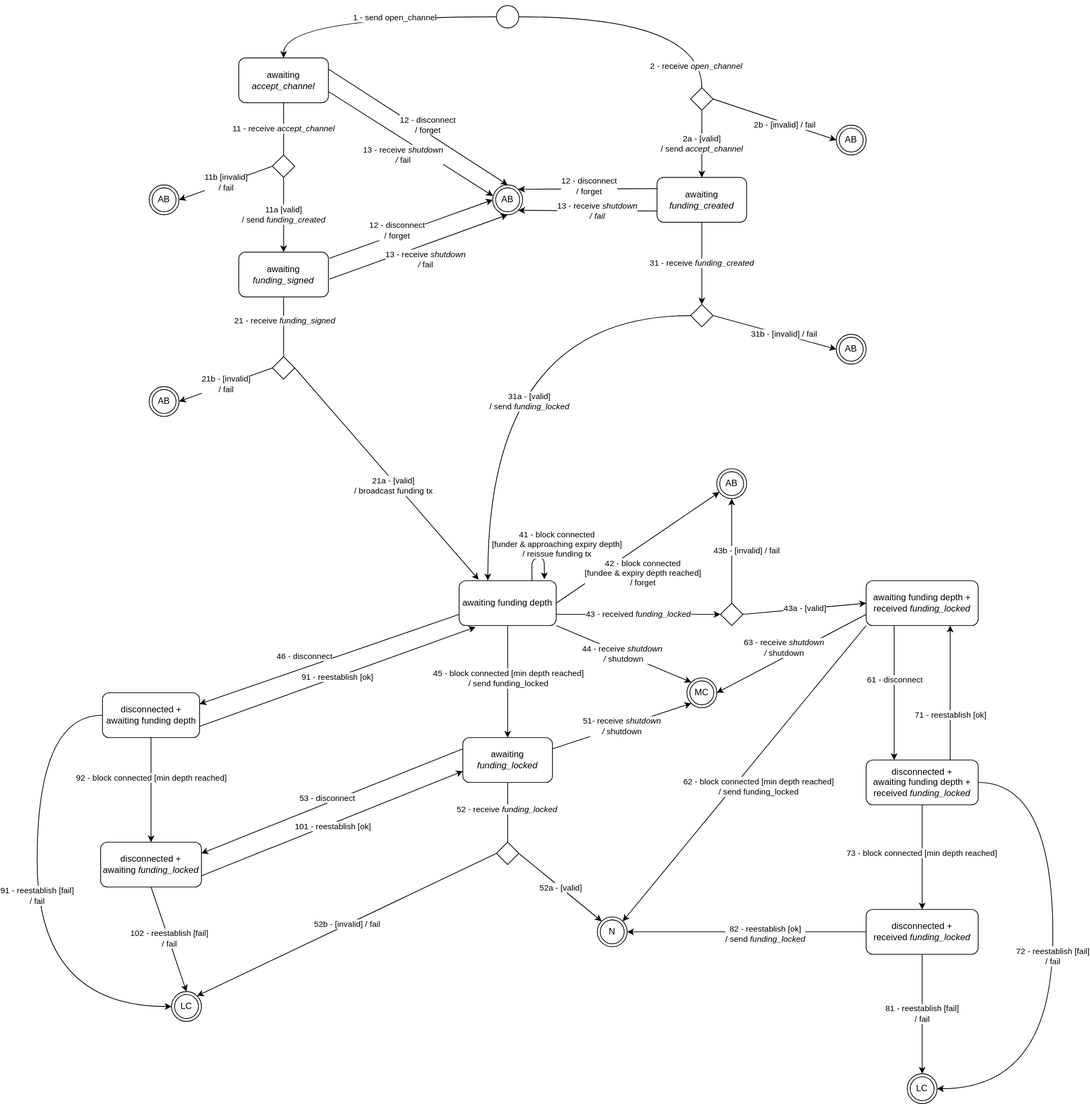
Earlier version of the draw.io export docs/OpenChannel.svg (node-lightning/node-lightning). Source tidied: cells renumbered, new cells last; positions are measured from the earlier drawing's top-left corner, leaving out a move shared by most shapes.
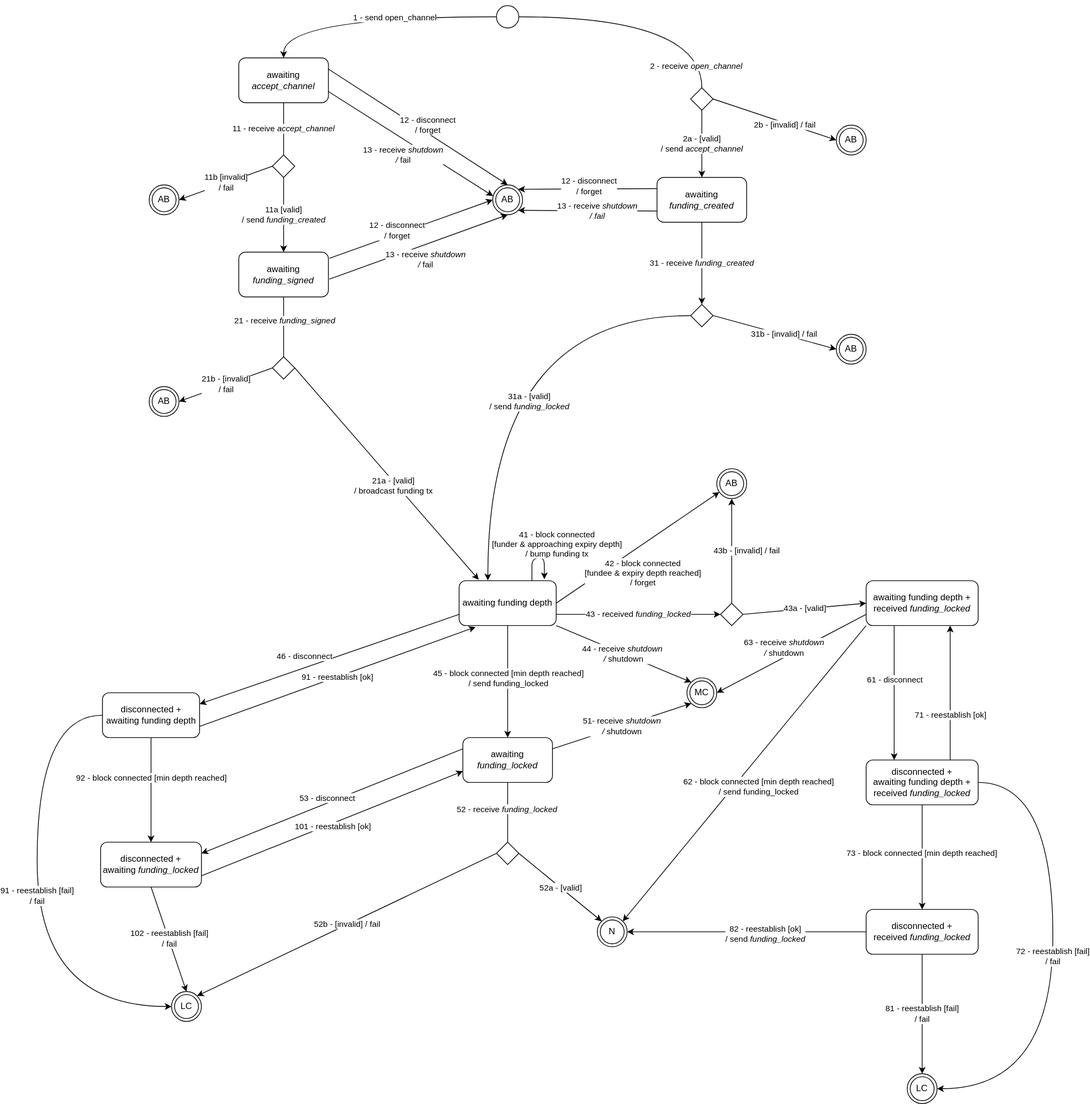
The same diagram one commit later.

Commit message:
docs: add docs for fee bumping funding tx

Diff of the diagram source:
```diff
@@ -241,7 +241,7 @@
         </Array>
       </mxGeometry>
     </mxCell>
-    <mxCell id="69" value="41 - block connected &lt;br&gt;[funder &amp;amp; approaching expiry depth]&lt;br&gt;/ reissue funding tx" style="edgeLabel;html=1;align=center;verticalAlign=middle;" parent="68" vertex="1">
+    <mxCell id="69" value="41 - block connected &lt;br&gt;[funder &amp;amp; approaching expiry depth]&lt;br&gt;/ bump funding tx" style="edgeLabel;html=1;align=center;verticalAlign=middle;" parent="68" vertex="1">
       <mxGeometry x="-0.01" y="-4" relative="1" as="geometry">
         <mxPoint x="26" y="-24" as="offset" />
       </mxGeometry>
```
